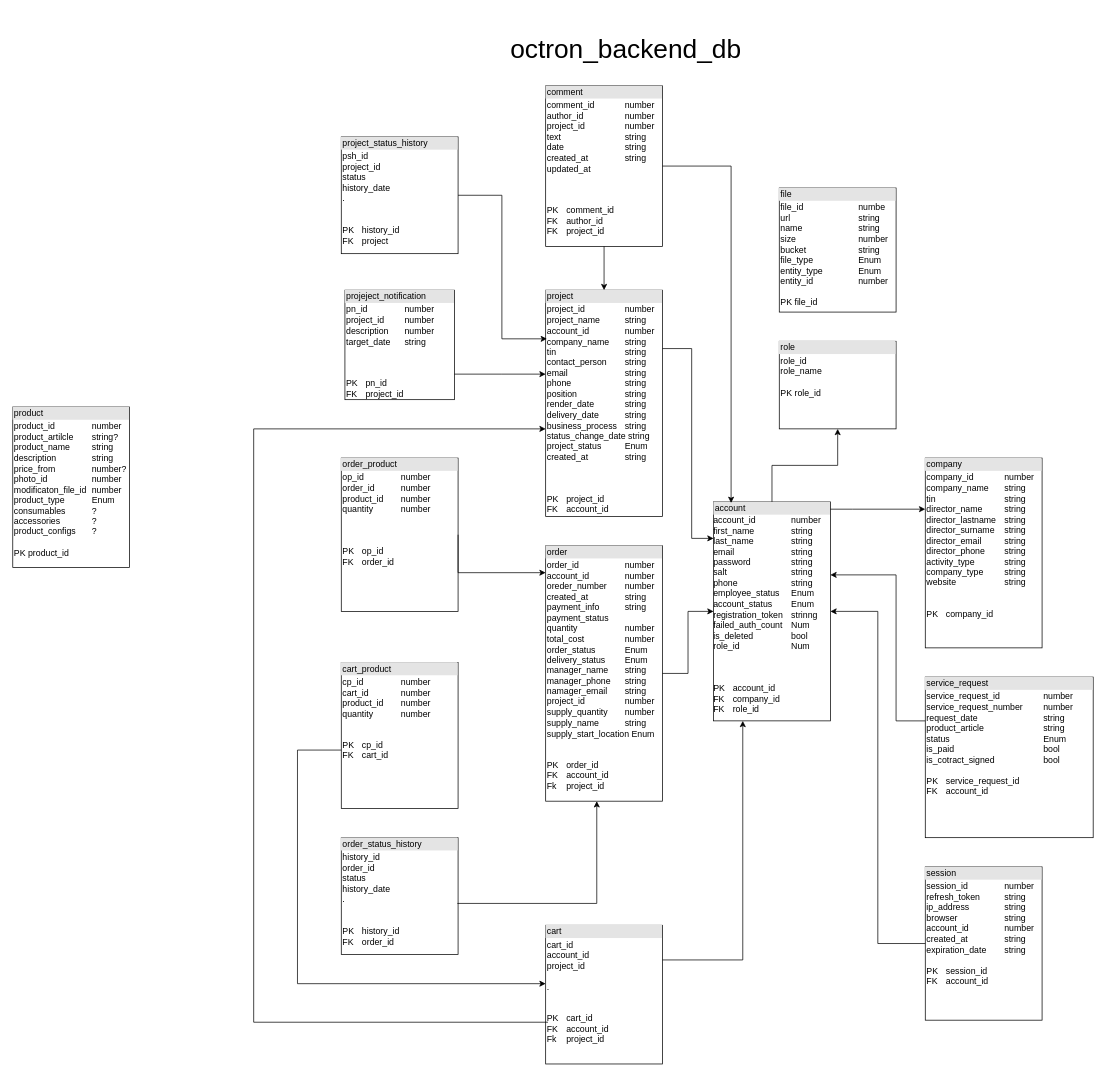
Before: Диаграмма без названия.drawio in zanchess/design-patterns, a draw.io diagram. Source tidied: cells renumbered, new cells numbered last; positions are measured from the earlier drawing's top-left corner, leaving out a move shared by most shapes. Both pictures are drawn from the tidied source at 73%, with x=0, y=0 at pixel (12, 12).
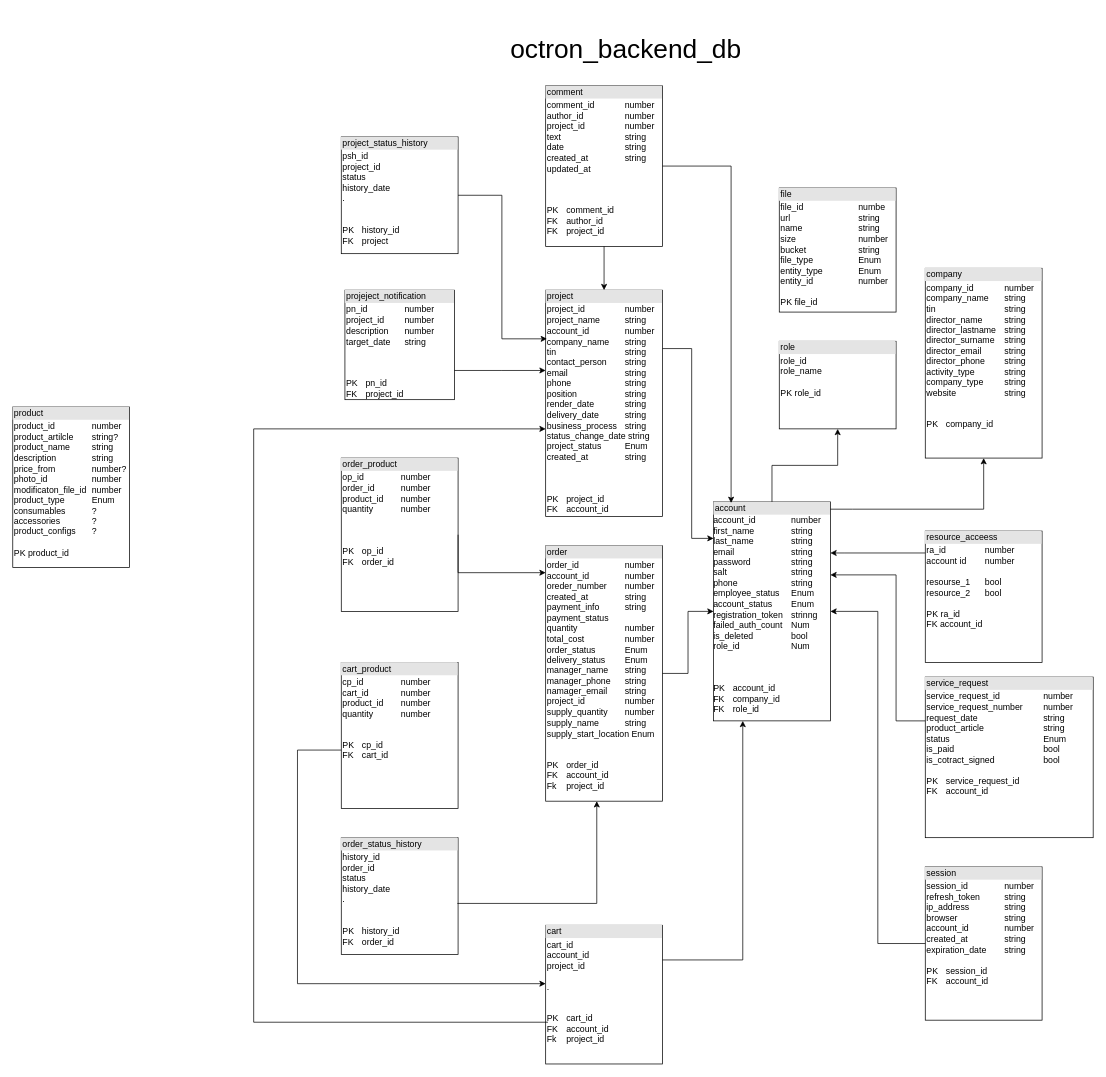
The same page after the edit.

The change refers to these unchanged cells:
```xml
<mxCell id="2" value="&lt;div style=&quot;box-sizing:border-box;width:100%;background:#e4e4e4;padding:2px;&quot;&gt;account&lt;/div&gt;&lt;div&gt;account_id&lt;span style=&quot;white-space: pre;&quot;&gt;&#9;&lt;/span&gt;&lt;span style=&quot;white-space: pre;&quot;&gt;&#9;&lt;/span&gt;number&lt;/div&gt;&lt;div&gt;first_name&lt;span style=&quot;white-space: pre;&quot;&gt;&#9;&lt;/span&gt;&lt;span style=&quot;white-space: pre;&quot;&gt;&#9;&lt;/span&gt;string&lt;/div&gt;&lt;div&gt;last_name&lt;span style=&quot;white-space: pre;&quot;&gt;&#9;&lt;/span&gt;&lt;span style=&quot;white-space: pre;&quot;&gt;&#9;&lt;/span&gt;string&lt;/div&gt;&lt;div&gt;email&lt;span style=&quot;white-space: pre;&quot;&gt;&#9;&lt;/span&gt;&lt;span style=&quot;white-space: pre;&quot;&gt;&#9;&lt;/span&gt;&lt;span style=&quot;white-space: pre;&quot;&gt;&#9;&lt;/span&gt;string&lt;/div&gt;&lt;div&gt;password&lt;span style=&quot;white-space: pre;&quot;&gt;&#9;&lt;/span&gt;&lt;span style=&quot;white-space: pre;&quot;&gt;&#9;&lt;/span&gt;&lt;span style=&quot;white-space: pre;&quot;&gt;&#9;&lt;/span&gt;string&lt;/div&gt;&lt;div&gt;salt&lt;span style=&quot;white-space: pre;&quot;&gt;&#9;&lt;/span&gt;&lt;span style=&quot;white-space: pre;&quot;&gt;&#9;&lt;/span&gt;&lt;span style=&quot;white-space: pre;&quot;&gt;&#9;&lt;/span&gt;&lt;span style=&quot;white-space: pre;&quot;&gt;&#9;&lt;/span&gt;string&lt;/div&gt;&lt;div&gt;phone&lt;span style=&quot;white-space: pre;&quot;&gt;&#9;&lt;/span&gt;&lt;span style=&quot;white-space: pre;&quot;&gt;&#9;&lt;/span&gt;&lt;span style=&quot;white-space: pre;&quot;&gt;&#9;&lt;/span&gt;string&lt;/div&gt;&lt;div&gt;employee_status&lt;span style=&quot;white-space: pre;&quot;&gt;&#9;&lt;/span&gt;Enum&lt;/div&gt;&lt;div&gt;account_status&lt;span style=&quot;white-space: pre;&quot;&gt;&#9;&lt;/span&gt;Enum&lt;/div&gt;&lt;div&gt;registration_token&lt;span style=&quot;white-space: pre;&quot;&gt;&#9;&lt;/span&gt;strinng&lt;/div&gt;&lt;div&gt;failed_auth_count&lt;span style=&quot;white-space: pre;&quot;&gt;&#9;&lt;/span&gt;Num&lt;/div&gt;&lt;div&gt;is_deleted&lt;span style=&quot;white-space: pre;&quot;&gt;&#9;&lt;/span&gt;&lt;span style=&quot;white-space: pre;&quot;&gt;&#9;&lt;/span&gt;bool&lt;/div&gt;&lt;div&gt;role_id&lt;span style=&quot;white-space: pre;&quot;&gt;&#9;&lt;/span&gt;&lt;span style=&quot;white-space: pre;&quot;&gt;&#9;&lt;/span&gt;&lt;span style=&quot;white-space: pre;&quot;&gt;&#9;&lt;/span&gt;Num&lt;/div&gt;&lt;div&gt;&lt;br&gt;&lt;/div&gt;&lt;div&gt;&lt;br&gt;&lt;/div&gt;&lt;div&gt;&lt;br&gt;&lt;/div&gt;PK&lt;span style=&quot;white-space: pre;&quot;&gt;&#9;&lt;/span&gt;account_id&lt;div&gt;FK&lt;span style=&quot;white-space: pre;&quot;&gt;&#9;&lt;/span&gt;company_id&lt;/div&gt;&lt;div&gt;FK&lt;span style=&quot;white-space: pre;&quot;&gt;&#9;&lt;/span&gt;role_id&lt;/div&gt;&lt;div&gt;&lt;div&gt;&lt;table style=&quot;width:100%;font-size:1em;&quot; cellpadding=&quot;2&quot; cellspacing=&quot;0&quot;&gt;&lt;tbody&gt;&lt;/tbody&gt;&lt;/table&gt;&lt;/div&gt;&lt;/div&gt;" style="verticalAlign=top;align=left;overflow=fill;html=1;whiteSpace=wrap;" parent="1" vertex="1">
  <mxGeometry x="960" y="670" width="160" height="300" as="geometry" />
</mxCell>
<mxCell id="10" value="&lt;div style=&quot;box-sizing:border-box;width:100%;background:#e4e4e4;padding:2px;&quot;&gt;project&lt;/div&gt;&lt;table style=&quot;width:100%;font-size:1em;&quot; cellpadding=&quot;2&quot; cellspacing=&quot;0&quot;&gt;&lt;tbody&gt;&lt;tr&gt;&lt;td&gt;project_id&lt;span style=&quot;white-space: pre;&quot;&gt;&#9;&lt;/span&gt;&lt;span style=&quot;white-space: pre;&quot;&gt;&#9;&lt;/span&gt;number&lt;br&gt;project_name&lt;span style=&quot;white-space: pre;&quot;&gt;&#9;&lt;/span&gt;&lt;span style=&quot;white-space: pre;&quot;&gt;&#9;&lt;/span&gt;string&lt;br&gt;account_id&lt;span style=&quot;white-space: pre;&quot;&gt;&#9;&lt;/span&gt;&lt;span style=&quot;white-space: pre;&quot;&gt;&#9;&lt;/span&gt;number&lt;br&gt;company_name&lt;span style=&quot;white-space: pre;&quot;&gt;&#9;&lt;/span&gt;string&lt;br&gt;tin&lt;span style=&quot;white-space: pre;&quot;&gt;&#9;&lt;/span&gt;&lt;span style=&quot;white-space: pre;&quot;&gt;&#9;&lt;/span&gt;&lt;span style=&quot;white-space: pre;&quot;&gt;&#9;&lt;/span&gt;&lt;span style=&quot;white-space: pre;&quot;&gt;&#9;&lt;/span&gt;string&lt;br&gt;contact_person&lt;span style=&quot;white-space: pre;&quot;&gt;&#9;&lt;/span&gt;string&lt;br&gt;email&lt;span style=&quot;white-space: pre;&quot;&gt;&#9;&lt;/span&gt;&lt;span style=&quot;white-space: pre;&quot;&gt;&#9;&lt;/span&gt;&lt;span style=&quot;white-space: pre;&quot;&gt;&#9;&lt;/span&gt;string&lt;br&gt;phone&lt;span style=&quot;white-space: pre;&quot;&gt;&#9;&lt;/span&gt;&lt;span style=&quot;white-space: pre;&quot;&gt;&#9;&lt;/span&gt;&lt;span style=&quot;white-space: pre;&quot;&gt;&#9;&lt;/span&gt;string&lt;br&gt;position&lt;span style=&quot;white-space: pre;&quot;&gt;&#9;&lt;/span&gt;&lt;span style=&quot;white-space: pre;&quot;&gt;&#9;&lt;/span&gt;&lt;span style=&quot;white-space: pre;&quot;&gt;&#9;&lt;/span&gt;string&lt;br&gt;render_date&lt;span style=&quot;white-space: pre;&quot;&gt;&#9;&lt;/span&gt;&lt;span style=&quot;white-space: pre;&quot;&gt;&#9;&lt;/span&gt;string&lt;br&gt;delivery_date&lt;span style=&quot;white-space: pre;&quot;&gt;&#9;&lt;/span&gt;&lt;span style=&quot;white-space: pre;&quot;&gt;&#9;&lt;/span&gt;string&lt;br&gt;business_process&lt;span style=&quot;white-space: pre;&quot;&gt;&#9;&lt;/span&gt;string&lt;br&gt;status_change_date string&lt;br&gt;project_status&lt;span style=&quot;white-space: pre;&quot;&gt;&#9;&lt;/span&gt;&lt;span style=&quot;white-space: pre;&quot;&gt;&#9;&lt;/span&gt;Enum&lt;br&gt;created_at&lt;span style=&quot;white-space: pre;&quot;&gt;&#9;&lt;/span&gt;&lt;span style=&quot;white-space: pre;&quot;&gt;&#9;&lt;/span&gt;string&lt;br&gt;&lt;br&gt;&lt;br&gt;&lt;br&gt;PK&lt;span style=&quot;white-space: pre;&quot;&gt;&#9;&lt;/span&gt;project_id&lt;br&gt;FK&lt;span style=&quot;white-space: pre;&quot;&gt;&#9;&lt;/span&gt;account_id&lt;/td&gt;&lt;td&gt;&lt;br&gt;&lt;/td&gt;&lt;/tr&gt;&lt;/tbody&gt;&lt;/table&gt;" style="verticalAlign=top;align=left;overflow=fill;html=1;whiteSpace=wrap;" parent="1" vertex="1">
  <mxGeometry x="730" y="380" width="160" height="310" as="geometry" />
</mxCell>
<mxCell id="30" value="&lt;div style=&quot;box-sizing:border-box;width:100%;background:#e4e4e4;padding:2px;&quot;&gt;projeject_notification&lt;/div&gt;&lt;table style=&quot;width:100%;font-size:1em;&quot; cellpadding=&quot;2&quot; cellspacing=&quot;0&quot;&gt;&lt;tbody&gt;&lt;tr&gt;&lt;td&gt;pn_id&lt;span style=&quot;white-space: pre;&quot;&gt;&#9;&lt;/span&gt;&lt;span style=&quot;white-space: pre;&quot;&gt;&#9;&lt;/span&gt;number&lt;br&gt;project_id&lt;span style=&quot;white-space: pre;&quot;&gt;&#9;&lt;/span&gt;number&lt;br&gt;description&lt;span style=&quot;white-space: pre;&quot;&gt;&#9;&lt;/span&gt;number&lt;br&gt;target_date&lt;span style=&quot;white-space: pre;&quot;&gt;&#9;&lt;/span&gt;string&lt;br&gt;&lt;br&gt;&lt;br&gt;&lt;br&gt;PK&lt;span style=&quot;white-space: pre;&quot;&gt;&#9;&lt;/span&gt;pn_id&lt;br&gt;FK&lt;span style=&quot;white-space: pre;&quot;&gt;&#9;&lt;/span&gt;project_id&lt;br&gt;&lt;/td&gt;&lt;td&gt;&lt;br&gt;&lt;/td&gt;&lt;/tr&gt;&lt;/tbody&gt;&lt;/table&gt;" style="verticalAlign=top;align=left;overflow=fill;html=1;whiteSpace=wrap;" parent="1" vertex="1">
  <mxGeometry x="455" y="380" width="150" height="150" as="geometry" />
</mxCell>
```

Change to the diagram source:
```diff
@@
     <mxCell id="3" value="&lt;div style=&quot;box-sizing:border-box;width:100%;background:#e4e4e4;padding:2px;&quot;&gt;company&lt;/div&gt;&lt;table style=&quot;width:100%;font-size:1em;&quot; cellpadding=&quot;2&quot; cellspacing=&quot;0&quot;&gt;&lt;tbody&gt;&lt;tr&gt;&lt;td&gt;&lt;div&gt;company_id&lt;span style=&quot;white-space: pre;&quot;&gt;&#9;&lt;/span&gt;&lt;span style=&quot;white-space: pre;&quot;&gt;&#9;&lt;/span&gt;number&lt;/div&gt;&lt;div&gt;company_name&lt;span style=&quot;white-space: pre;&quot;&gt;&#9;&lt;/span&gt;string&lt;/div&gt;&lt;div&gt;tin&lt;span style=&quot;white-space: pre;&quot;&gt;&#9;&lt;/span&gt;&lt;span style=&quot;white-space: pre;&quot;&gt;&#9;&lt;/span&gt;&lt;span style=&quot;white-space: pre;&quot;&gt;&#9;&lt;/span&gt;&lt;span style=&quot;white-space: pre;&quot;&gt;&#9;&lt;/span&gt;string&lt;/div&gt;&lt;div&gt;director_name&lt;span style=&quot;white-space: pre;&quot;&gt;&#9;&lt;/span&gt;&lt;span style=&quot;white-space: pre;&quot;&gt;&#9;&lt;/span&gt;string&lt;/div&gt;&lt;div&gt;director_lastname&lt;span style=&quot;white-space: pre;&quot;&gt;&#9;&lt;/span&gt;string&lt;/div&gt;&lt;div&gt;director_surname&lt;span style=&quot;white-space: pre;&quot;&gt;&#9;&lt;/span&gt;string&lt;/div&gt;&lt;div&gt;director_email&lt;span style=&quot;white-space: pre;&quot;&gt;&#9;&lt;/span&gt;&lt;span style=&quot;white-space: pre;&quot;&gt;&#9;&lt;/span&gt;string&lt;/div&gt;&lt;div&gt;director_phone&lt;span style=&quot;white-space: pre;&quot;&gt;&#9;&lt;/span&gt;string&lt;/div&gt;&lt;div&gt;activity_type&lt;span style=&quot;white-space: pre;&quot;&gt;&#9;&lt;/span&gt;&lt;span style=&quot;white-space: pre;&quot;&gt;&#9;&lt;/span&gt;string&lt;/div&gt;&lt;div&gt;company_type&lt;span style=&quot;white-space: pre;&quot;&gt;&#9;&lt;/span&gt;&lt;span style=&quot;white-space: pre;&quot;&gt;&#9;&lt;/span&gt;string&lt;/div&gt;&lt;div&gt;website&lt;span style=&quot;white-space: pre;&quot;&gt;&#9;&lt;/span&gt;&lt;span style=&quot;white-space: pre;&quot;&gt;&#9;&lt;/span&gt;&lt;span style=&quot;white-space: pre;&quot;&gt;&#9;&lt;/span&gt;string&lt;/div&gt;&lt;div&gt;&lt;br&gt;&lt;/div&gt;&lt;div&gt;&lt;br&gt;&lt;/div&gt;PK&lt;span style=&quot;white-space: pre;&quot;&gt;&#9;&lt;/span&gt;company_id&lt;br&gt;&lt;br&gt;&lt;/td&gt;&lt;td&gt;&lt;/td&gt;&lt;/tr&gt;&lt;tr&gt;&lt;td&gt;&lt;/td&gt;&lt;td&gt;&lt;br&gt;&lt;/td&gt;&lt;/tr&gt;&lt;/tbody&gt;&lt;/table&gt;" style="verticalAlign=top;align=left;overflow=fill;html=1;whiteSpace=wrap;" parent="1" vertex="1">
-      <mxGeometry x="1250" y="610" width="160" height="260" as="geometry" />
+      <mxGeometry x="1250" y="350" width="160" height="260" as="geometry" />
     </mxCell>
@@
     <mxCell id="31" style="endArrow=classic;html=1;rounded=0;edgeStyle=elbowEdgeStyle;" parent="1" edge="1" source="30" target="10">
       <mxGeometry relative="1" as="geometry">
         <Array as="points">
-          <mxPoint x="670" y="495" />
+          <mxPoint x="670" y="490" />
         </Array>
       </mxGeometry>
     </mxCell>
@@
+    <mxCell id="34" value="&lt;div style=&quot;box-sizing:border-box;width:100%;background:#e4e4e4;padding:2px;&quot;&gt;resource_acceess&lt;/div&gt;&lt;table style=&quot;width:100%;font-size:1em;&quot; cellpadding=&quot;2&quot; cellspacing=&quot;0&quot;&gt;&lt;tbody&gt;&lt;tr&gt;&lt;td&gt;ra_id&lt;span style=&quot;white-space: pre;&quot;&gt;&#9;&lt;/span&gt;&lt;span style=&quot;white-space: pre;&quot;&gt;&#9;&lt;/span&gt;number&lt;br&gt;account id&lt;span style=&quot;white-space: pre;&quot;&gt;&#9;&lt;/span&gt;number&lt;br&gt;&lt;br&gt;resourse_1&lt;span style=&quot;white-space: pre;&quot;&gt;&#9;&lt;/span&gt;bool&lt;br&gt;resource_2&lt;span style=&quot;white-space: pre;&quot;&gt;&#9;&lt;/span&gt;bool&lt;br&gt;&lt;br&gt;PK ra_id&lt;br&gt;FK account_id&lt;/td&gt;&lt;td&gt;&lt;br&gt;&lt;/td&gt;&lt;/tr&gt;&lt;/tbody&gt;&lt;/table&gt;" style="verticalAlign=top;align=left;overflow=fill;html=1;whiteSpace=wrap;" parent="1" vertex="1">
+      <mxGeometry x="1250" y="710" width="160" height="180" as="geometry" />
+    </mxCell>
+    <mxCell id="35" style="endArrow=classic;html=1;rounded=0;edgeStyle=elbowEdgeStyle;" parent="1" edge="1" source="34" target="2">
+      <mxGeometry relative="1" as="geometry">
+        <Array as="points">
+          <mxPoint x="1140" y="740" />
+        </Array>
+      </mxGeometry>
+    </mxCell>
```
